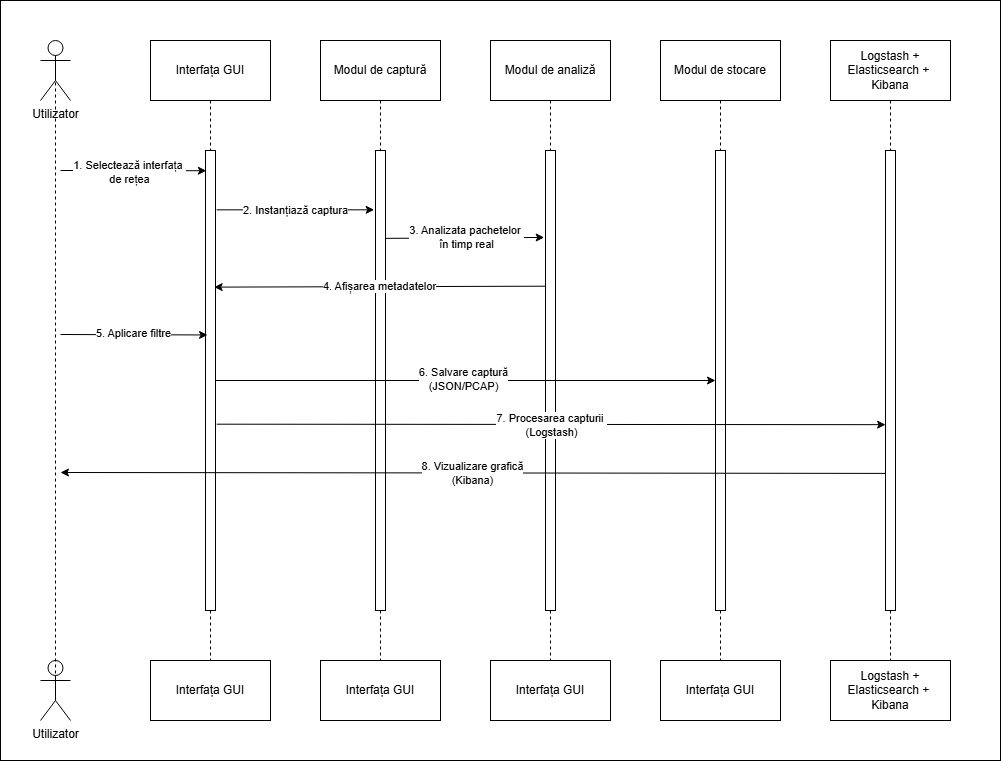
Earlier version of the draw.io export Figures/diagrama_de_secventa.png (TudorDamian/Pregatire-Licenta). Source tidied: cells renumbered, new cells last; positions are measured from the earlier drawing's top-left corner, leaving out a move shared by most shapes.
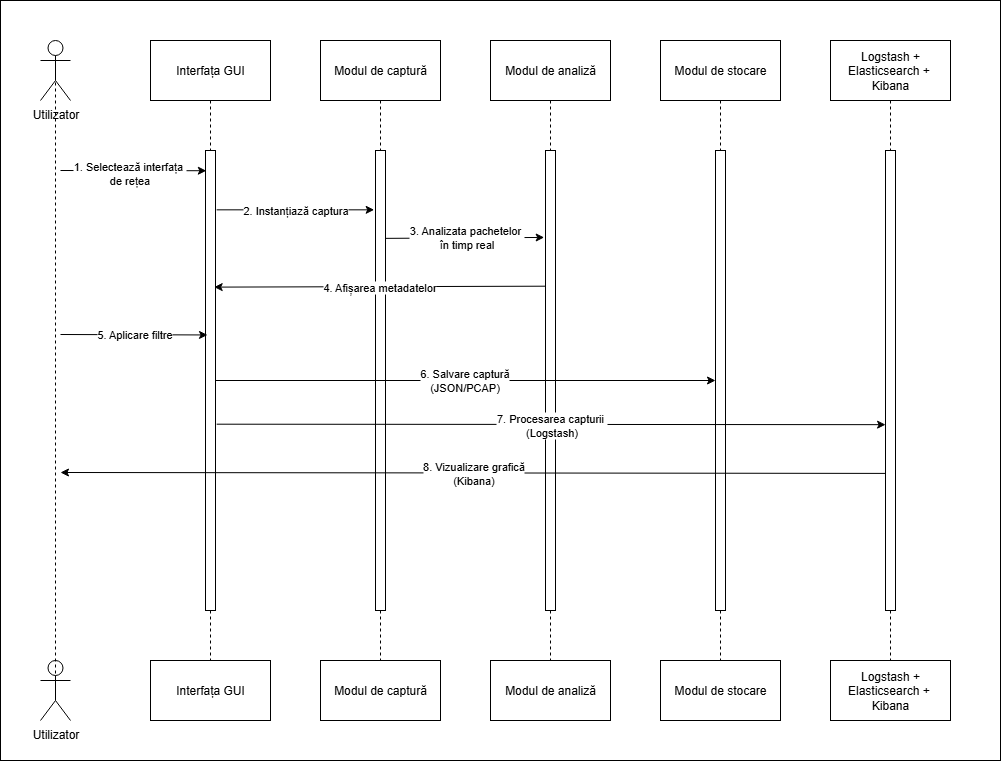
Above is the later version.

Diff of the diagram source:
```diff
@@ -62,7 +62,7 @@
     <mxCell id="21" style="endArrow=none;dashed=1;html=1;rounded=0;exitX=0.5;exitY=1;exitDx=0;exitDy=0;entryX=0.5;entryY=0;entryDx=0;entryDy=0;" parent="1" edge="1" source="20" target="22">
       <mxGeometry relative="1" as="geometry" />
     </mxCell>
-    <mxCell id="22" value="Interfața GUI" style="rounded=0;whiteSpace=wrap;html=1;" parent="1" vertex="1">
+    <mxCell id="22" value="Modul de captură" style="rounded=0;whiteSpace=wrap;html=1;" parent="1" vertex="1">
       <mxGeometry x="320" y="660" width="120" height="60" as="geometry" />
     </mxCell>
     <mxCell id="23" style="endArrow=none;dashed=1;html=1;rounded=0;exitX=0.5;exitY=1;exitDx=0;exitDy=0;entryX=0.5;entryY=0;entryDx=0;entryDy=0;" parent="1" edge="1" source="17" target="24">
@@ -74,7 +74,7 @@
     <mxCell id="25" style="endArrow=none;dashed=1;html=1;rounded=0;exitX=0.5;exitY=1;exitDx=0;exitDy=0;entryX=0.5;entryY=0;entryDx=0;entryDy=0;" parent="1" edge="1" source="24" target="26">
       <mxGeometry relative="1" as="geometry" />
     </mxCell>
-    <mxCell id="26" value="Interfața GUI" style="rounded=0;whiteSpace=wrap;html=1;" parent="1" vertex="1">
+    <mxCell id="26" value="Modul de analiză" style="rounded=0;whiteSpace=wrap;html=1;" parent="1" vertex="1">
       <mxGeometry x="490" y="660" width="120" height="60" as="geometry" />
     </mxCell>
     <mxCell id="27" style="endArrow=none;dashed=1;html=1;rounded=0;exitX=0.5;exitY=1;exitDx=0;exitDy=0;entryX=0.5;entryY=0;entryDx=0;entryDy=0;" parent="1" edge="1" source="18" target="28">
@@ -86,7 +86,7 @@
     <mxCell id="29" style="endArrow=none;dashed=1;html=1;rounded=0;exitX=0.5;exitY=1;exitDx=0;exitDy=0;entryX=0.5;entryY=0;entryDx=0;entryDy=0;" parent="1" edge="1" source="28" target="30">
       <mxGeometry relative="1" as="geometry" />
     </mxCell>
-    <mxCell id="30" value="Interfața GUI" style="rounded=0;whiteSpace=wrap;html=1;" parent="1" vertex="1">
+    <mxCell id="30" value="Modul de stocare" style="rounded=0;whiteSpace=wrap;html=1;" parent="1" vertex="1">
       <mxGeometry x="660" y="660" width="120" height="60" as="geometry" />
     </mxCell>
     <mxCell id="31" style="endArrow=classic;html=1;rounded=0;entryX=0.082;entryY=0.044;entryDx=0;entryDy=0;entryPerimeter=0;" parent="1" edge="1" target="8">
```
